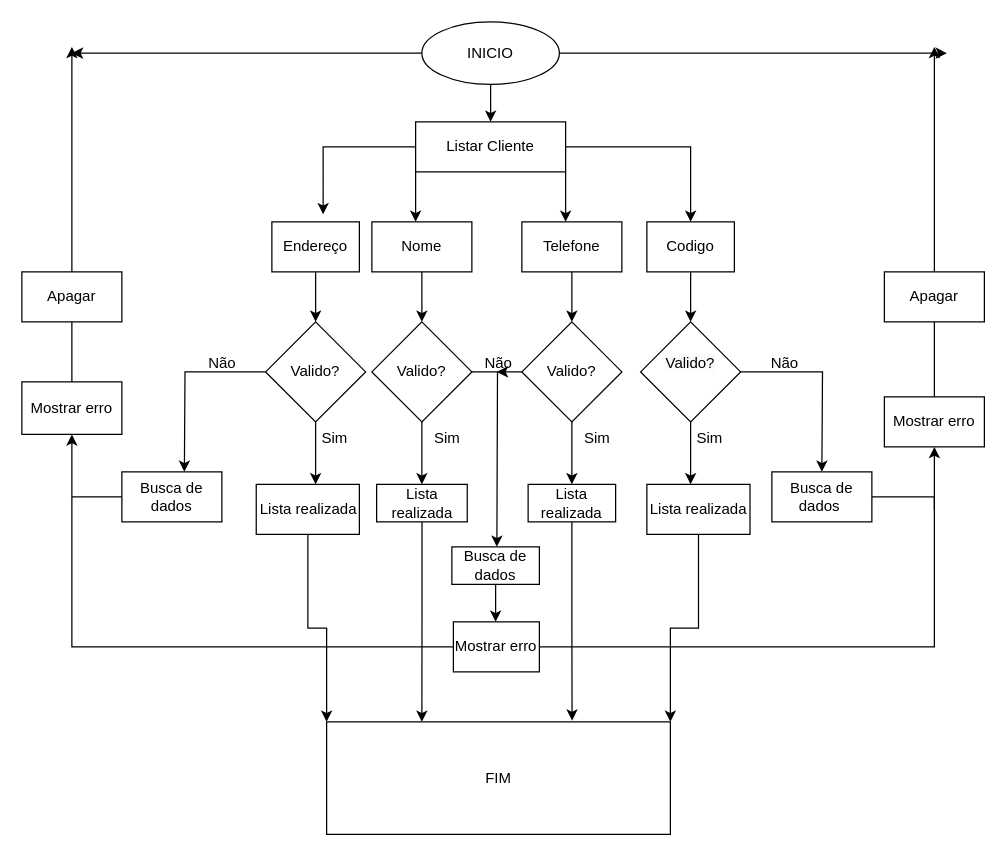
The draw.io diagram page "Página-1" (1 of 7) of DOC/FLUXOGRAMA.DRAWIO in jeangustavoo/diagrama, before the edit. Source tidied: cells renumbered, new cells numbered last; positions are measured from the earlier drawing's top-left corner, leaving out a move shared by most shapes. Both pictures are drawn from the tidied source at 125%, with x=0, y=0 at pixel (21, 21).
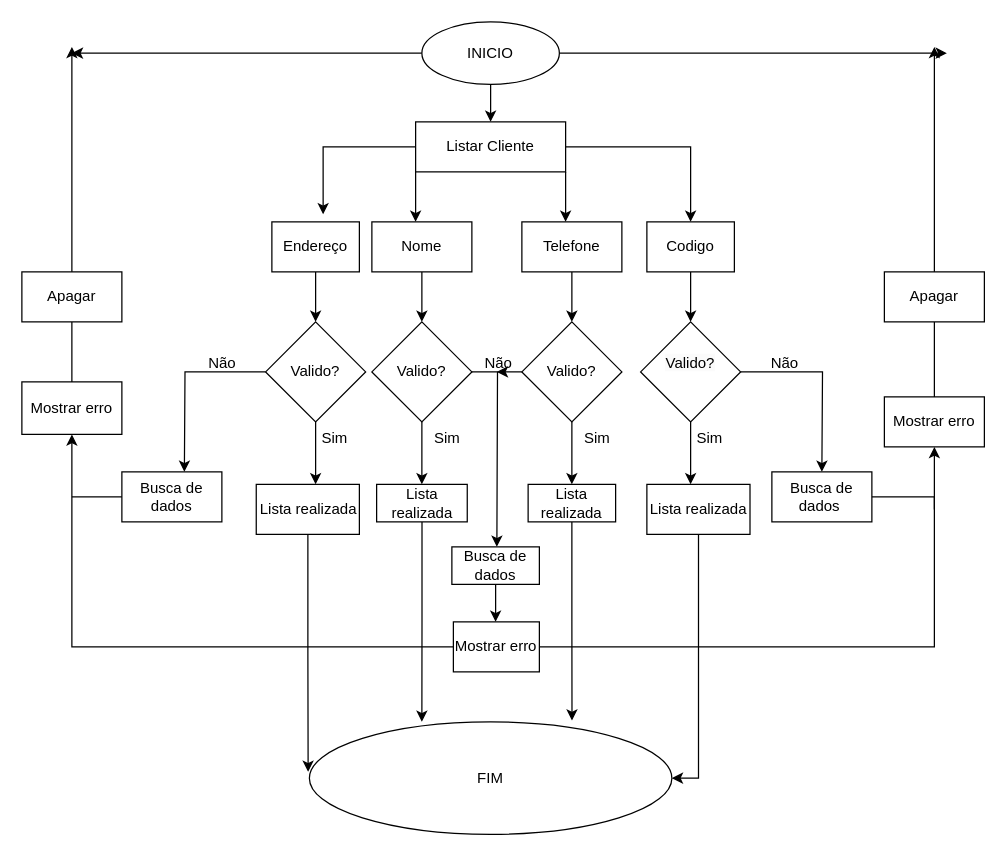
The same diagram, later.

Unchanged cells that the change refers to:
```xml
<mxCell id="41" value="Lista realizada" style="rounded=0;whiteSpace=wrap;html=1;" parent="1" vertex="1">
  <mxGeometry x="187.5" y="370" width="82.5" height="40" as="geometry" />
</mxCell>
<mxCell id="45" value="Lista realizada" style="rounded=0;whiteSpace=wrap;html=1;" parent="1" vertex="1">
  <mxGeometry x="500" y="370" width="82.5" height="40" as="geometry" />
</mxCell>
<mxCell id="47" value="Lista realizada" style="rounded=0;whiteSpace=wrap;html=1;" parent="1" vertex="1">
  <mxGeometry x="405" y="370" width="70" height="30" as="geometry" />
</mxCell>
```

What changed in the source:
```diff
@@
-    <mxCell id="40" style="edgeStyle=orthogonalEdgeStyle;rounded=0;jettySize=auto;html=1;entryX=0;entryY=0;entryDx=0;entryDy=0;" parent="1" edge="1" source="41" target="63">
-      <mxGeometry relative="1" as="geometry" />
+    <mxCell id="40" style="edgeStyle=orthogonalEdgeStyle;rounded=0;jettySize=auto;html=1;" parent="1" edge="1" source="41">
+      <mxGeometry relative="1" as="geometry">
+        <mxPoint x="229" y="600" as="targetPoint" />
+      </mxGeometry>
     </mxCell>
@@
-    <mxCell id="44" style="edgeStyle=orthogonalEdgeStyle;rounded=0;jettySize=auto;html=1;entryX=1;entryY=0;entryDx=0;entryDy=0;" parent="1" edge="1" source="45" target="63">
+    <mxCell id="44" style="edgeStyle=orthogonalEdgeStyle;rounded=0;jettySize=auto;html=1;entryX=1;entryY=0.5;entryDx=0;entryDy=0;" parent="1" edge="1" source="45" target="63">
       <mxGeometry relative="1" as="geometry" />
     </mxCell>
@@
-    <mxCell id="46" style="edgeStyle=orthogonalEdgeStyle;rounded=0;jettySize=auto;html=1;entryX=0.714;entryY=-0.011;entryDx=0;entryDy=0;entryPerimeter=0;" parent="1" edge="1" source="47" target="63">
-      <mxGeometry relative="1" as="geometry" />
+    <mxCell id="46" style="edgeStyle=orthogonalEdgeStyle;rounded=0;jettySize=auto;html=1;entryX=0.714;entryY=-0.011;entryDx=0;entryDy=0;entryPerimeter=0;" parent="1" edge="1" source="47">
+      <mxGeometry relative="1" as="geometry">
+        <mxPoint x="440.1" y="559" as="targetPoint" />
+      </mxGeometry>
     </mxCell>
@@
-    <mxCell id="63" value="FIM" style="rounded=0;whiteSpace=wrap;html=1;" parent="1" vertex="1">
-      <mxGeometry x="243.8" y="560" width="275" height="90" as="geometry" />
+    <mxCell id="63" value="FIM" style="ellipse;whiteSpace=wrap;html=1;" parent="1" vertex="1">
+      <mxGeometry x="230" y="560" width="290" height="90" as="geometry" />
     </mxCell>
```
